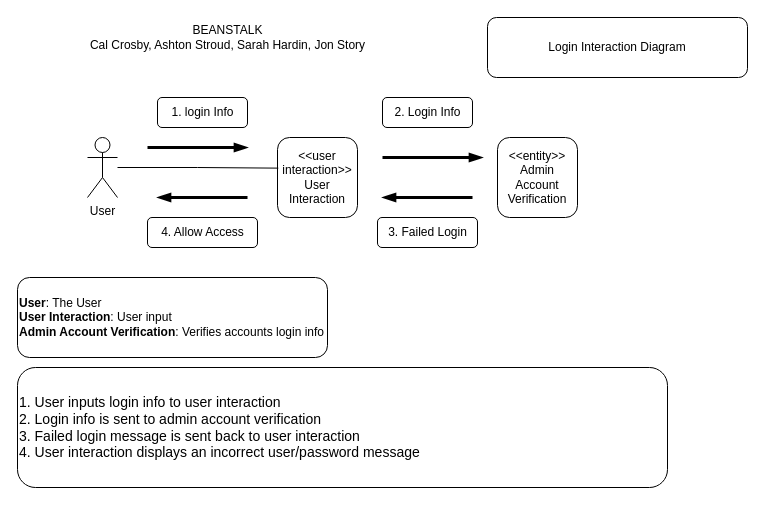
This is D5-DynamicModeling/login_admin_fail.drawio from Glizzus/COMP-3700, a draw.io file, before an edit. Source tidied: cells renumbered, new cells numbered last; positions are measured from the earlier drawing's top-left corner, leaving out a move shared by most shapes. Both pictures are drawn from the tidied source at 100%, with x=0, y=0 at pixel (17, 17).
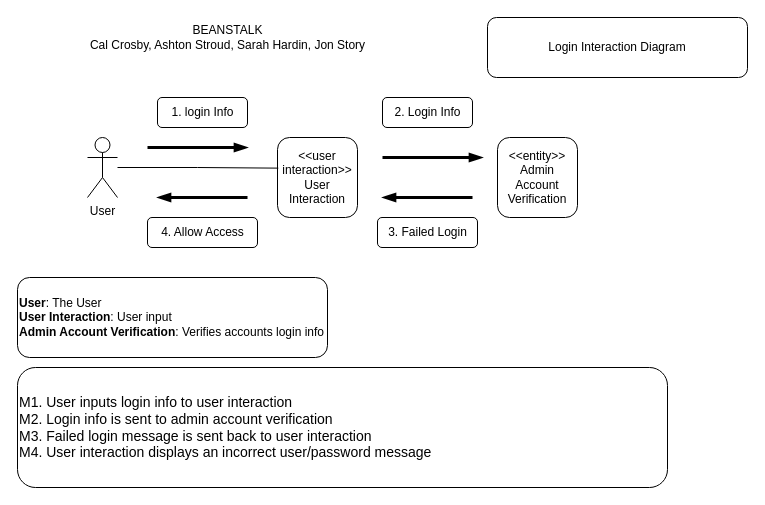
Above is the later version.

The edit, as a diff of the source:
```diff
@@
-    <mxCell id="3" value="&lt;font style=&quot;font-size: 14px;&quot;&gt;1. User inputs login info to user interaction&lt;br&gt;2. Login info is sent to admin account verification&lt;br&gt;3. Failed login message is sent back to user interaction&lt;br&gt;4. User interaction displays an incorrect user/password message&lt;br&gt;&lt;/font&gt;" style="rounded=1;whiteSpace=wrap;html=1;align=left;" parent="1" vertex="1">
+    <mxCell id="3" value="&lt;font style=&quot;font-size: 14px;&quot;&gt;M1. User inputs login info to user interaction&lt;br&gt;M2. Login info is sent to admin account verification&lt;br&gt;M3. Failed login message is sent back to user interaction&lt;br&gt;M4. User interaction displays an incorrect user/password message&lt;br&gt;&lt;/font&gt;" style="rounded=1;whiteSpace=wrap;html=1;align=left;" parent="1" vertex="1">
       <mxGeometry y="350" width="650" height="120" as="geometry" />
     </mxCell>
```
